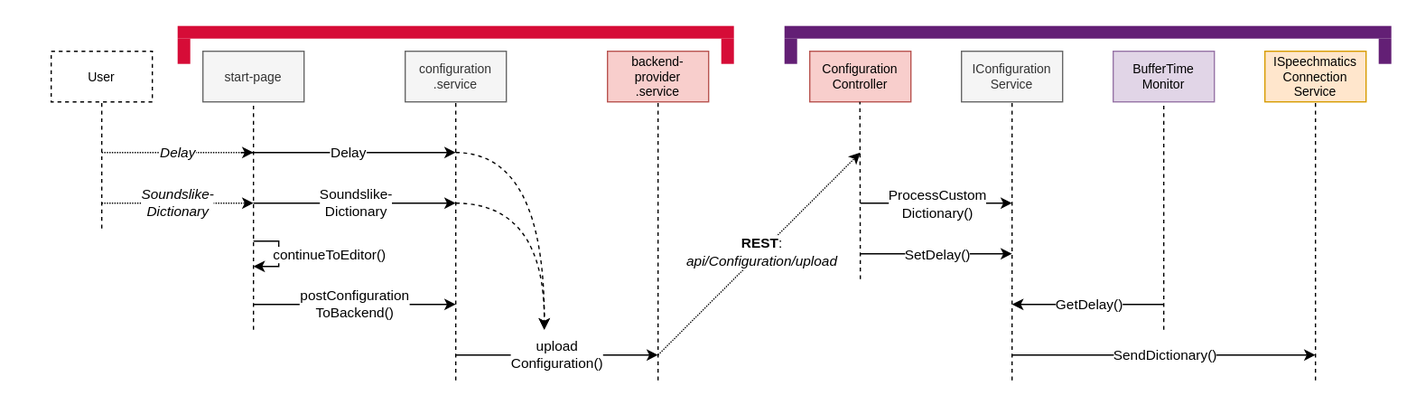
This is TechnicalDocumentation/arc42/img/Prozess_Konfiguration.drawio.svg from Subletic/Documentation, a draw.io export, as it was before one commit. Source tidied: cells renumbered, new cells last; positions are measured from the earlier drawing's top-left corner, leaving out a move shared by most shapes.
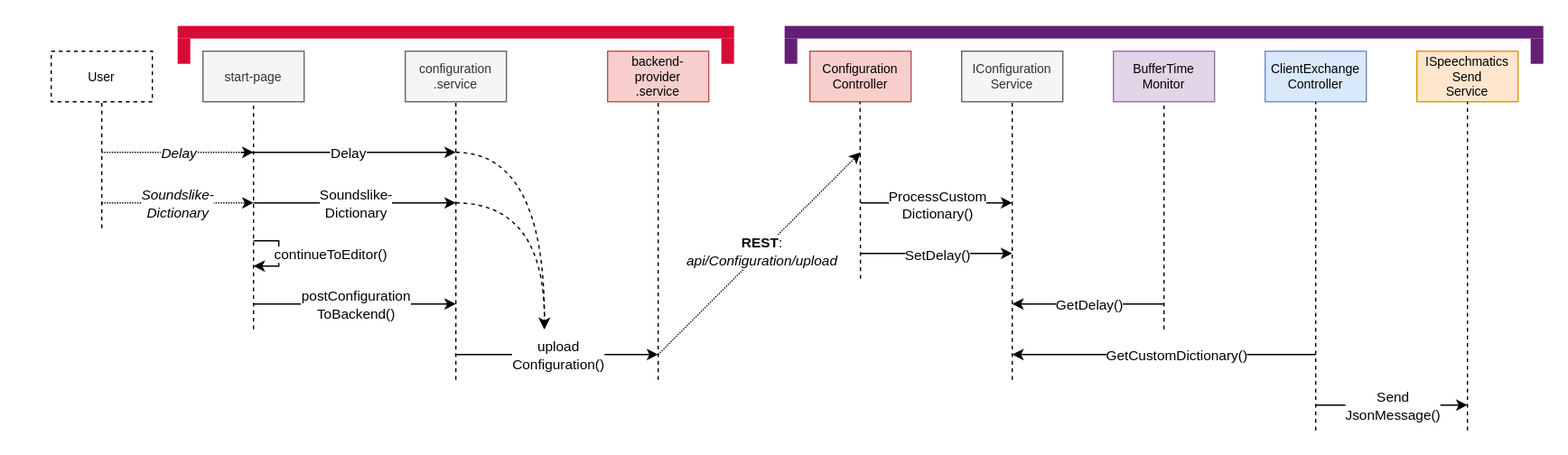
The same file after the commit.

What changed in the source:
```diff
@@ -3,7 +3,7 @@
     <mxCell id="0" />
     <mxCell id="1" parent="0" />
     <mxCell id="2" style="rounded=0;whiteSpace=wrap;html=1;strokeColor=none;" parent="1" vertex="1">
-      <mxGeometry width="1120" height="320" as="geometry" />
+      <mxGeometry width="1240" height="360" as="geometry" />
     </mxCell>
     <mxCell id="3" style="rounded=0;whiteSpace=wrap;html=1;fillColor=#d60c37;strokeColor=none;" parent="1" vertex="1">
       <mxGeometry x="140" y="20" width="440" height="10" as="geometry" />
@@ -120,13 +120,13 @@
       <mxGeometry x="570" y="30" width="10" height="20" as="geometry" />
     </mxCell>
     <mxCell id="29" style="rounded=0;whiteSpace=wrap;html=1;fillColor=#631f75;strokeColor=none;" parent="1" vertex="1">
-      <mxGeometry x="620" y="20" width="480" height="10" as="geometry" />
+      <mxGeometry x="620" y="20" width="600" height="10" as="geometry" />
     </mxCell>
     <mxCell id="30" style="rounded=0;whiteSpace=wrap;html=1;fillColor=#631f75;strokeColor=none;" parent="1" vertex="1">
       <mxGeometry x="620" y="30" width="10" height="20" as="geometry" />
     </mxCell>
     <mxCell id="31" style="rounded=0;whiteSpace=wrap;html=1;fillColor=#631f75;strokeColor=none;" parent="1" vertex="1">
-      <mxGeometry x="1090" y="30" width="10" height="20" as="geometry" />
+      <mxGeometry x="1210" y="30" width="10" height="20" as="geometry" />
     </mxCell>
     <mxCell id="32" value="BufferTime&lt;br&gt;Monitor" style="rounded=0;whiteSpace=wrap;html=1;fillColor=#e1d5e7;fontSize=10;strokeColor=#9673a6;" parent="1" vertex="1">
       <mxGeometry x="880" y="40" width="80" height="40" as="geometry" />
@@ -192,23 +192,23 @@
         <mxPoint x="-13" y="-2" as="offset" />
       </mxGeometry>
     </mxCell>
-    <mxCell id="45" value="ISpeechmatics&lt;br&gt;Connection&lt;br&gt;Service " style="rounded=0;whiteSpace=wrap;html=1;fillColor=#ffe6cc;fontSize=10;strokeColor=#d79b00;" parent="1" vertex="1">
-      <mxGeometry x="1000" y="40" width="80" height="40" as="geometry" />
+    <mxCell id="45" value="ISpeechmatics&lt;br&gt;Send&lt;br&gt;Service " style="rounded=0;whiteSpace=wrap;html=1;fillColor=#ffe6cc;fontSize=10;strokeColor=#d79b00;" parent="1" vertex="1">
+      <mxGeometry x="1120" y="40" width="80" height="40" as="geometry" />
     </mxCell>
     <mxCell id="46" style="endArrow=none;html=1;rounded=0;dashed=1;entryX=0.5;entryY=1;entryDx=0;entryDy=0;" parent="1" edge="1" target="45">
       <mxGeometry relative="1" as="geometry">
-        <mxPoint x="1040" y="300" as="sourcePoint" />
+        <mxPoint x="1160" y="340" as="sourcePoint" />
       </mxGeometry>
     </mxCell>
     <mxCell id="47" style="endArrow=classic;html=1;rounded=0;" parent="1" edge="1">
       <mxGeometry relative="1" as="geometry">
-        <mxPoint x="800" y="280" as="sourcePoint" />
-        <mxPoint x="1040" y="280" as="targetPoint" />
+        <mxPoint x="1040" y="280" as="sourcePoint" />
+        <mxPoint x="800" y="280" as="targetPoint" />
       </mxGeometry>
     </mxCell>
-    <mxCell id="48" value="SendDictionary()" style="edgeLabel;html=1;align=center;verticalAlign=middle;" parent="47" vertex="1">
+    <mxCell id="48" value="GetCustomDictionary()" style="edgeLabel;html=1;align=center;verticalAlign=middle;" parent="47" vertex="1">
       <mxGeometry x="-0.22" y="2" relative="1" as="geometry">
-        <mxPoint x="26" y="2" as="offset" />
+        <mxPoint x="-16" y="-2" as="offset" />
       </mxGeometry>
     </mxCell>
     <mxCell id="49" style="endArrow=classic;html=1;rounded=0;" parent="1" edge="1">
@@ -226,5 +226,24 @@
         <mxPoint x="41" y="2" as="offset" />
       </mxGeometry>
     </mxCell>
+    <mxCell id="51" value="ClientExchange&lt;br&gt;Controller" style="rounded=0;whiteSpace=wrap;html=1;fillColor=#dae8fc;fontSize=10;strokeColor=#6c8ebf;" parent="1" vertex="1">
+      <mxGeometry x="1000" y="40" width="80" height="40" as="geometry" />
+    </mxCell>
+    <mxCell id="52" style="endArrow=none;html=1;rounded=0;dashed=1;entryX=0.5;entryY=1;entryDx=0;entryDy=0;" parent="1" edge="1" target="51">
+      <mxGeometry relative="1" as="geometry">
+        <mxPoint x="1040" y="340" as="sourcePoint" />
+      </mxGeometry>
+    </mxCell>
+    <mxCell id="53" style="endArrow=classic;html=1;rounded=0;" parent="1" edge="1">
+      <mxGeometry relative="1" as="geometry">
+        <mxPoint x="1040" y="320" as="sourcePoint" />
+        <mxPoint x="1160" y="320" as="targetPoint" />
+      </mxGeometry>
+    </mxCell>
+    <mxCell id="54" value="Send&lt;br&gt;JsonMessage()" style="edgeLabel;html=1;align=center;verticalAlign=middle;" parent="53" vertex="1">
+      <mxGeometry x="-0.22" y="2" relative="1" as="geometry">
+        <mxPoint x="13" y="2" as="offset" />
+      </mxGeometry>
+    </mxCell>
   </root>
 </mxGraphModel>
```
